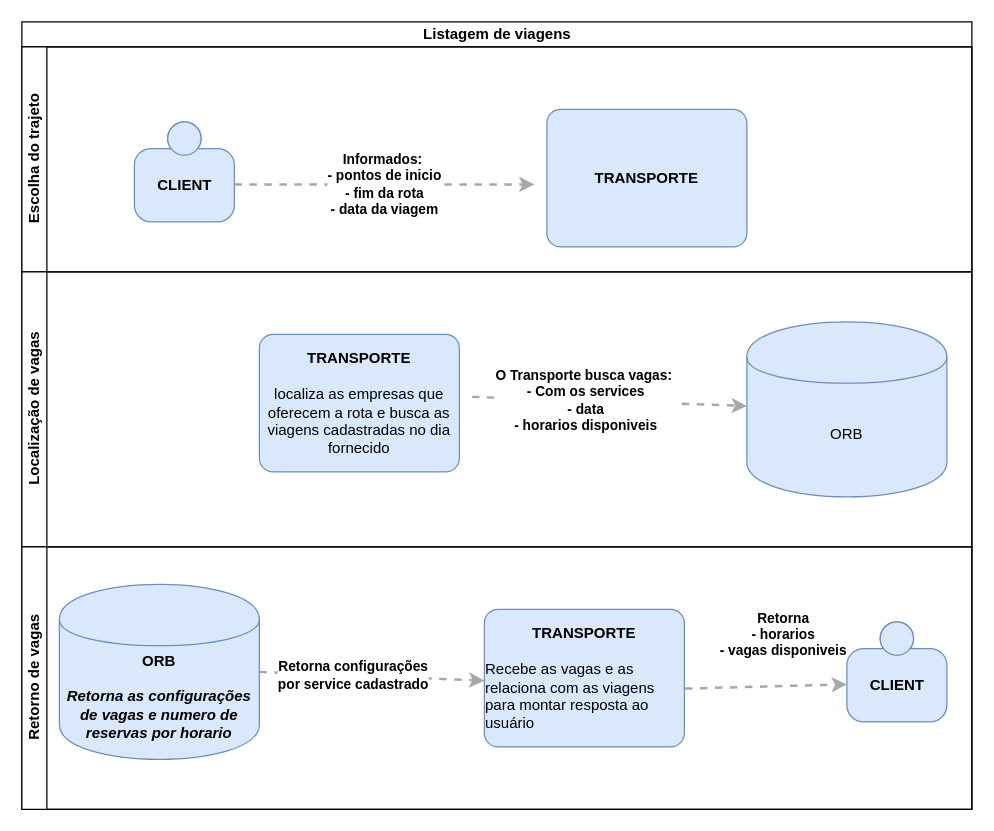
The draw.io diagram diagrams/trip_listing.drawio in bonitour/transport_wiki, before the edit. Source tidied: cells renumbered, new cells numbered last; positions are measured from the earlier drawing's top-left corner, leaving out a move shared by most shapes. Both pictures are drawn from the tidied source at 125%, with x=0, y=0 at pixel (21, 21).
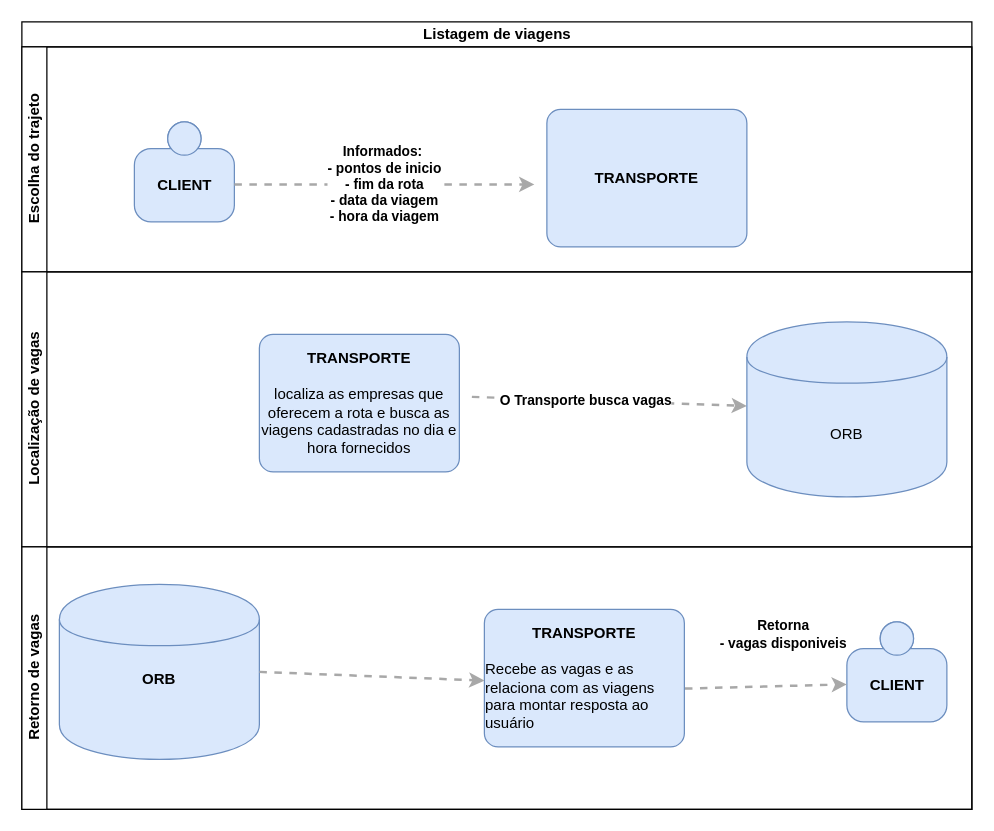
The same page after the edit.

Commit message (it also covers changes not shown here):
atualização de diagrama de listagem

The change refers to these unchanged cells:
```xml
<mxCell id="3" value="Escolha do trajeto" style="swimlane;html=1;startSize=20;horizontal=0;" parent="2" vertex="1">
  <mxGeometry y="20" width="760" height="180" as="geometry" />
</mxCell>
<mxCell id="7" value="Localização de vagas" style="swimlane;html=1;startSize=20;horizontal=0;" parent="2" vertex="1">
  <mxGeometry y="200" width="760" height="220" as="geometry" />
</mxCell>
<mxCell id="9" value="ORB" style="shape=cylinder;whiteSpace=wrap;html=1;boundedLbl=1;rounded=0;labelBackgroundColor=none;fillColor=#dae8fc;fontSize=12;fontColor=#000000;align=center;strokeColor=#6c8ebf;points=[[0.5,0,0],[1,0.25,0],[1,0.5,0],[1,0.75,0],[0.5,1,0],[0,0.75,0],[0,0.5,0],[0,0.25,0]];" parent="7" vertex="1">
  <mxGeometry x="580" y="40" width="160" height="140" as="geometry" />
</mxCell>
<mxCell id="12" value="Retorno de vagas" style="swimlane;html=1;startSize=20;horizontal=0;" parent="2" vertex="1">
  <mxGeometry y="420" width="760" height="210" as="geometry" />
</mxCell>
<mxCell id="13" value="&lt;b&gt;TRANSPORTE&lt;/b&gt;&lt;br&gt;&lt;br&gt;&lt;div style=&quot;text-align: left&quot;&gt;Recebe as vagas e as relaciona com as viagens para montar resposta ao usuário&lt;/div&gt;" style="rounded=1;whiteSpace=wrap;html=1;labelBackgroundColor=none;fillColor=#dae8fc;fontColor=#000000;align=center;arcSize=10;strokeColor=#6c8ebf;points=[[0.25,0,0],[0.5,0,0],[0.75,0,0],[1,0.25,0],[1,0.5,0],[1,0.75,0],[0.75,1,0],[0.5,1,0],[0.25,1,0],[0,0.75,0],[0,0.5,0],[0,0.25,0]];" parent="12" vertex="1">
  <mxGeometry x="370" y="50" width="160" height="110" as="geometry" />
</mxCell>
```

Change to the diagram source:
```diff
@@
-    <mxCell id="6" value="&lt;div style=&quot;text-align: left&quot;&gt;&lt;div style=&quot;text-align: center&quot;&gt;&lt;b&gt;Informados:&amp;nbsp;&lt;/b&gt;&lt;/div&gt;&lt;div style=&quot;text-align: center&quot;&gt;&lt;b&gt;- pontos de inicio&lt;/b&gt;&lt;/div&gt;&lt;div style=&quot;text-align: center&quot;&gt;&lt;b&gt;- fim da rota&lt;/b&gt;&lt;/div&gt;&lt;div style=&quot;text-align: center&quot;&gt;&lt;b&gt;- data da viagem&lt;/b&gt;&lt;/div&gt;&lt;/div&gt;" style="edgeStyle=none;rounded=0;html=1;jettySize=auto;orthogonalLoop=1;strokeColor=#A8A8A8;strokeWidth=2;fontColor=#000000;jumpStyle=none;dashed=1;" parent="3" edge="1">
+    <mxCell id="6" value="&lt;div style=&quot;text-align: left&quot;&gt;&lt;div style=&quot;text-align: center&quot;&gt;&lt;b&gt;Informados:&amp;nbsp;&lt;/b&gt;&lt;/div&gt;&lt;div style=&quot;text-align: center&quot;&gt;&lt;b&gt;- pontos de inicio&lt;/b&gt;&lt;/div&gt;&lt;div style=&quot;text-align: center&quot;&gt;&lt;b&gt;- fim da rota&lt;/b&gt;&lt;/div&gt;&lt;div style=&quot;text-align: center&quot;&gt;&lt;b&gt;- data da viagem&lt;/b&gt;&lt;/div&gt;&lt;div style=&quot;text-align: center&quot;&gt;&lt;b&gt;- hora da viagem&lt;/b&gt;&lt;/div&gt;&lt;/div&gt;" style="edgeStyle=none;rounded=0;html=1;jettySize=auto;orthogonalLoop=1;strokeColor=#A8A8A8;strokeWidth=2;fontColor=#000000;jumpStyle=none;dashed=1;" parent="3" edge="1">
       <mxGeometry relative="1" as="geometry">
         <mxPoint x="170" y="110" as="sourcePoint" />
         <mxPoint x="410" y="110" as="targetPoint" />
       </mxGeometry>
     </mxCell>
@@
-    <mxCell id="8" value="&lt;div style=&quot;text-align: left&quot;&gt;&lt;div style=&quot;text-align: center&quot;&gt;&lt;b&gt;O Transporte busca vagas:&amp;nbsp;&lt;/b&gt;&lt;/div&gt;&lt;div style=&quot;text-align: center&quot;&gt;&lt;b&gt;- Com os services&lt;/b&gt;&lt;/div&gt;&lt;div style=&quot;text-align: center&quot;&gt;&lt;b&gt;- data&lt;/b&gt;&lt;/div&gt;&lt;div style=&quot;text-align: center&quot;&gt;&lt;b&gt;- horarios disponiveis&lt;/b&gt;&lt;/div&gt;&lt;/div&gt;" style="edgeStyle=none;rounded=0;html=1;jettySize=auto;strokeColor=#A8A8A8;strokeWidth=2;fontColor=#000000;jumpStyle=none;dashed=1;" parent="7" edge="1" target="9">
+    <mxCell id="8" value="&lt;div style=&quot;text-align: left&quot;&gt;&lt;div style=&quot;text-align: center&quot;&gt;&lt;b&gt;O Transporte busca vagas&lt;/b&gt;&lt;/div&gt;&lt;/div&gt;" style="edgeStyle=none;rounded=0;html=1;jettySize=auto;strokeColor=#A8A8A8;strokeWidth=2;fontColor=#000000;jumpStyle=none;dashed=1;" parent="7" edge="1" target="9">
       <mxGeometry x="-0.17" relative="1" as="geometry">
         <mxPoint x="360" y="100" as="sourcePoint" />
       </mxGeometry>
     </mxCell>
@@
-    <mxCell id="10" value="&lt;b&gt;TRANSPORTE&lt;br&gt;&lt;br&gt;&lt;/b&gt;&lt;span style=&quot;text-align: left&quot;&gt;localiza as empresas que oferecem a rota e busca as viagens cadastradas no dia fornecido&lt;/span&gt;&lt;b&gt;&lt;br&gt;&lt;/b&gt;" style="rounded=1;whiteSpace=wrap;html=1;labelBackgroundColor=none;fillColor=#dae8fc;fontColor=#000000;align=center;arcSize=10;strokeColor=#6c8ebf;" parent="7" vertex="1">
+    <mxCell id="10" value="&lt;b&gt;TRANSPORTE&lt;br&gt;&lt;br&gt;&lt;/b&gt;&lt;span style=&quot;text-align: left&quot;&gt;localiza as empresas que oferecem a rota e busca as viagens cadastradas no dia e hora fornecidos&lt;/span&gt;&lt;b&gt;&lt;br&gt;&lt;/b&gt;" style="rounded=1;whiteSpace=wrap;html=1;labelBackgroundColor=none;fillColor=#dae8fc;fontColor=#000000;align=center;arcSize=10;strokeColor=#6c8ebf;" parent="7" vertex="1">
       <mxGeometry x="190" y="50" width="160" height="110" as="geometry" />
     </mxCell>
@@
-    <mxCell id="15" value="&lt;b&gt;ORB&lt;br&gt;&lt;br&gt;&lt;i&gt;Retorna as configurações de vagas e numero de reservas por horario&lt;/i&gt;&lt;br&gt;&lt;/b&gt;" style="shape=cylinder;whiteSpace=wrap;html=1;boundedLbl=1;rounded=0;labelBackgroundColor=none;fillColor=#dae8fc;fontSize=12;fontColor=#000000;align=center;strokeColor=#6c8ebf;" parent="12" vertex="1">
+    <mxCell id="15" value="&lt;b&gt;ORB&lt;br&gt;&lt;br&gt;&lt;br&gt;&lt;/b&gt;" style="shape=cylinder;whiteSpace=wrap;html=1;boundedLbl=1;rounded=0;labelBackgroundColor=none;fillColor=#dae8fc;fontSize=12;fontColor=#000000;align=center;strokeColor=#6c8ebf;" parent="12" vertex="1">
       <mxGeometry x="30" y="30" width="160" height="140" as="geometry" />
     </mxCell>
-    <mxCell id="16" value="&lt;div style=&quot;text-align: left&quot;&gt;&lt;div style=&quot;text-align: center&quot;&gt;&lt;b&gt;Retorna configurações&lt;/b&gt;&lt;/div&gt;&lt;div style=&quot;text-align: center&quot;&gt;&lt;b&gt;por service cadastrado&lt;/b&gt;&lt;/div&gt;&lt;/div&gt;" style="edgeStyle=none;rounded=0;html=1;jettySize=auto;orthogonalLoop=1;strokeColor=#A8A8A8;strokeWidth=2;fontColor=#000000;jumpStyle=none;dashed=1;" parent="12" edge="1">
+    <mxCell id="16" value="&lt;div style=&quot;text-align: left&quot;&gt;&lt;div style=&quot;text-align: center&quot;&gt;&lt;br&gt;&lt;/div&gt;&lt;/div&gt;" style="edgeStyle=none;rounded=0;html=1;jettySize=auto;orthogonalLoop=1;strokeColor=#A8A8A8;strokeWidth=2;fontColor=#000000;jumpStyle=none;dashed=1;" parent="12" edge="1">
       <mxGeometry x="-0.17" relative="1" as="geometry">
         <mxPoint x="190" y="100" as="sourcePoint" />
         <mxPoint x="370" y="107" as="targetPoint" />
       </mxGeometry>
     </mxCell>
-    <mxCell id="17" value="&lt;div style=&quot;text-align: left&quot;&gt;&lt;div style=&quot;text-align: center&quot;&gt;&lt;b&gt;Retorna&lt;/b&gt;&lt;/div&gt;&lt;div style=&quot;text-align: center&quot;&gt;&lt;b&gt;- horarios&lt;/b&gt;&lt;/div&gt;&lt;div style=&quot;text-align: center&quot;&gt;&lt;b&gt;- vagas disponiveis&lt;/b&gt;&lt;/div&gt;&lt;/div&gt;" style="edgeStyle=none;rounded=0;html=1;jettySize=auto;strokeColor=#A8A8A8;strokeWidth=2;fontColor=#000000;jumpStyle=none;dashed=1;exitX=1.003;exitY=0.576;exitDx=0;exitDy=0;exitPerimeter=0;" parent="12" edge="1" source="13">
+    <mxCell id="17" value="&lt;div style=&quot;text-align: left&quot;&gt;&lt;div style=&quot;text-align: center&quot;&gt;&lt;b&gt;Retorna&lt;/b&gt;&lt;/div&gt;&lt;div style=&quot;text-align: center&quot;&gt;&lt;b&gt;- vagas disponiveis&lt;/b&gt;&lt;/div&gt;&lt;/div&gt;" style="edgeStyle=none;rounded=0;html=1;jettySize=auto;strokeColor=#A8A8A8;strokeWidth=2;fontColor=#000000;jumpStyle=none;dashed=1;exitX=1.003;exitY=0.576;exitDx=0;exitDy=0;exitPerimeter=0;" parent="12" edge="1" source="13">
       <mxGeometry x="0.24" y="41" relative="1" as="geometry">
         <mxPoint x="660" y="110" as="targetPoint" />
       </mxGeometry>
     </mxCell>
```
